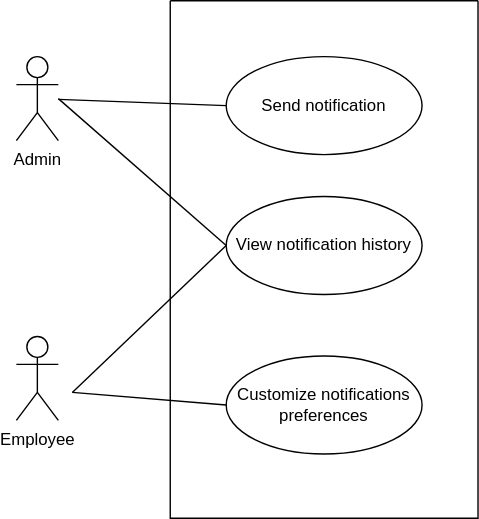
Simamkele88/IFM3_GP keeps this draw.io diagram as Notification & Alert.svg. Above is the earlier version. Source tidied: cells renumbered, new cells last; positions are measured from the earlier drawing's top-left corner, leaving out a move shared by most shapes.
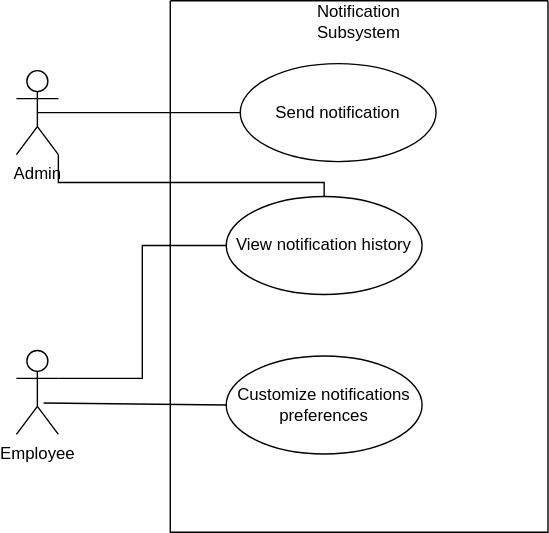
Later version of the same file.

The edit, as a diff of the source:
```diff
@@ -3,10 +3,10 @@
     <mxCell id="0" />
     <mxCell id="1" parent="0" />
     <mxCell id="2" style="swimlane;startSize=0;" parent="1" vertex="1">
-      <mxGeometry x="110" width="220" height="370" as="geometry" />
+      <mxGeometry x="110" y="-10" width="270" height="380" as="geometry" />
     </mxCell>
     <mxCell id="3" value="Send notification" style="ellipse;whiteSpace=wrap;html=1;" parent="2" vertex="1">
-      <mxGeometry x="40" y="40" width="140" height="70" as="geometry" />
+      <mxGeometry x="50" y="45" width="140" height="70" as="geometry" />
     </mxCell>
     <mxCell id="4" value="Customize notifications preferences" style="ellipse;whiteSpace=wrap;html=1;" parent="2" vertex="1">
       <mxGeometry x="40" y="254" width="140" height="70" as="geometry" />
@@ -14,29 +14,31 @@
     <mxCell id="5" value="View notification history" style="ellipse;whiteSpace=wrap;html=1;" parent="2" vertex="1">
       <mxGeometry x="40" y="140" width="140" height="70" as="geometry" />
     </mxCell>
+    <mxCell id="12" style="edgeStyle=orthogonalEdgeStyle;rounded=0;jettySize=auto;html=1;exitX=1;exitY=1;exitDx=0;exitDy=0;exitPerimeter=0;entryX=0.5;entryY=0;entryDx=0;entryDy=0;endArrow=none;startFill=0;" parent="1" edge="1" source="6" target="5">
+      <mxGeometry relative="1" as="geometry">
+        <Array as="points">
+          <mxPoint x="30" y="120" />
+          <mxPoint x="220" y="120" />
+        </Array>
+      </mxGeometry>
+    </mxCell>
     <mxCell id="6" value="Admin" style="shape=umlActor;verticalLabelPosition=bottom;verticalAlign=top;html=1;" parent="1" vertex="1">
       <mxGeometry y="40" width="30" height="60" as="geometry" />
     </mxCell>
+    <mxCell id="13" style="edgeStyle=orthogonalEdgeStyle;rounded=0;jettySize=auto;html=1;exitX=1;exitY=0.3333333333333333;exitDx=0;exitDy=0;exitPerimeter=0;entryX=0;entryY=0.5;entryDx=0;entryDy=0;endArrow=none;startFill=0;" parent="1" edge="1" source="7" target="5">
+      <mxGeometry relative="1" as="geometry" />
+    </mxCell>
     <mxCell id="7" value="Employee" style="shape=umlActor;verticalLabelPosition=bottom;verticalAlign=top;html=1;" parent="1" vertex="1">
       <mxGeometry y="240" width="30" height="60" as="geometry" />
     </mxCell>
-    <mxCell id="8" style="endArrow=none;html=1;rounded=0;entryX=0;entryY=0.5;entryDx=0;entryDy=0;" parent="1" edge="1" source="6" target="3">
+    <mxCell id="8" style="endArrow=none;html=1;rounded=0;entryX=0;entryY=0.5;entryDx=0;entryDy=0;exitX=0.5;exitY=0.5;exitDx=0;exitDy=0;exitPerimeter=0;" parent="1" edge="1" source="6" target="3">
       <mxGeometry relative="1" as="geometry" />
     </mxCell>
-    <mxCell id="9" style="endArrow=none;html=1;rounded=0;entryX=0;entryY=0.5;entryDx=0;entryDy=0;" parent="1" edge="1" target="4">
-      <mxGeometry relative="1" as="geometry">
-        <mxPoint x="40" y="280" as="sourcePoint" />
-      </mxGeometry>
+    <mxCell id="9" style="endArrow=none;html=1;rounded=0;entryX=0;entryY=0.5;entryDx=0;entryDy=0;exitX=0.647;exitY=0.627;exitDx=0;exitDy=0;exitPerimeter=0;" parent="1" edge="1" source="7" target="4">
+      <mxGeometry relative="1" as="geometry" />
     </mxCell>
-    <mxCell id="10" style="endArrow=none;html=1;rounded=0;entryX=0;entryY=0.5;entryDx=0;entryDy=0;" parent="1" edge="1" target="5">
-      <mxGeometry relative="1" as="geometry">
-        <mxPoint x="40" y="280" as="sourcePoint" />
-      </mxGeometry>
-    </mxCell>
-    <mxCell id="11" style="endArrow=none;html=1;rounded=0;entryX=0;entryY=0.5;entryDx=0;entryDy=0;" parent="1" edge="1" target="5">
-      <mxGeometry relative="1" as="geometry">
-        <mxPoint x="30" y="70" as="sourcePoint" />
-      </mxGeometry>
-    </mxCell>
+    <mxCell id="14" value="Notification Subsystem" style="text;html=1;align=center;verticalAlign=middle;whiteSpace=wrap;rounded=0;" parent="1" vertex="1">
+      <mxGeometry x="215" y="-10" width="60" height="30" as="geometry" />
+    </mxCell>
   </root>
 </mxGraphModel>
```
